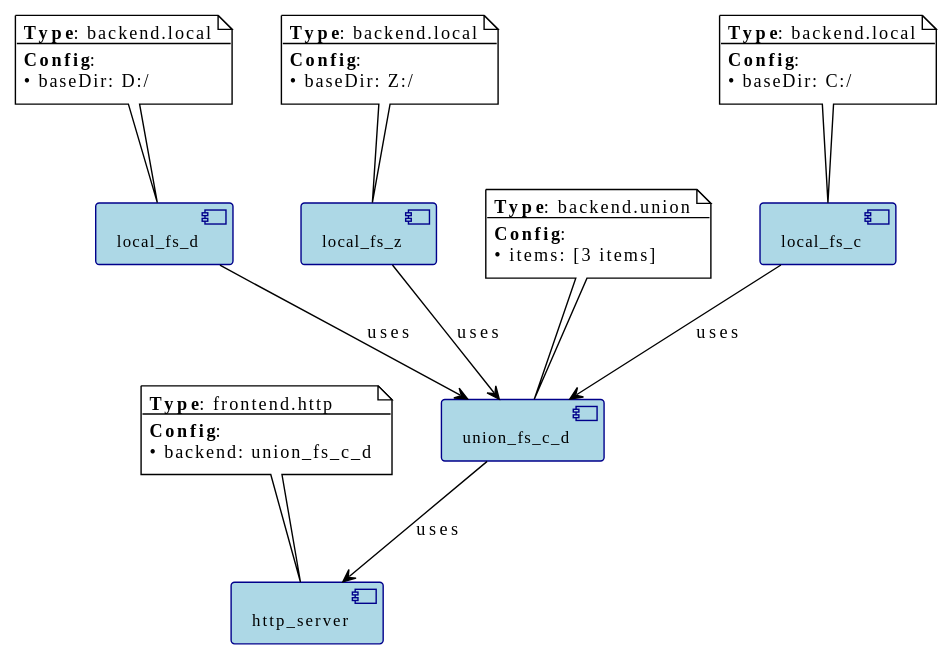
This is bin/component_diagram.svg from zhangzqs/vfs_framework, a PlantUML export, as it was before one commit.
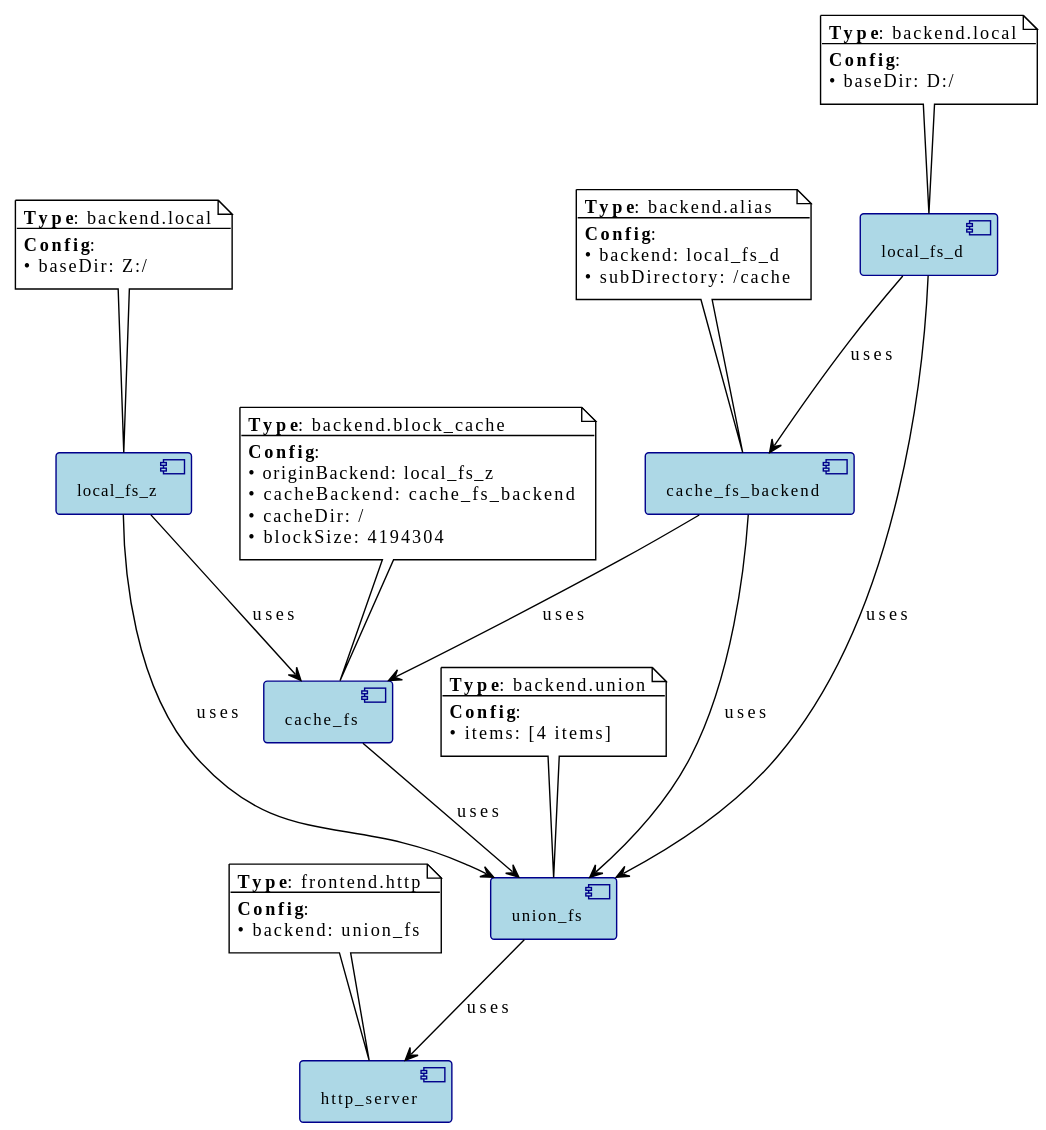
After the change.

Diff of the diagram source:
```diff
@@ -8,20 +8,21 @@
 skinparam componentFontSize 12
 skinparam componentStyle uml2
 
-component [local_fs_c] as local_fs_c
-note top of local_fs_c
-  **Type**: backend.local
-  --
-  **Config**:
-  • baseDir: C:/
-end note
-
 component [local_fs_d] as local_fs_d
 note top of local_fs_d
   **Type**: backend.local
   --
   **Config**:
   • baseDir: D:/
+end note
+
+component [cache_fs_backend] as cache_fs_backend
+note top of cache_fs_backend
+  **Type**: backend.alias
+  --
+  **Config**:
+  • backend: local_fs_d
+  • subDirectory: /cache
 end note
 
 component [local_fs_z] as local_fs_z
@@ -32,12 +33,23 @@
   • baseDir: Z:/
 end note
 
-component [union_fs_c_d] as union_fs_c_d
-note top of union_fs_c_d
+component [cache_fs] as cache_fs
+note top of cache_fs
+  **Type**: backend.block_cache
+  --
+  **Config**:
+  • originBackend: local_fs_z
+  • cacheBackend: cache_fs_backend
+  • cacheDir: /
+  • blockSize: 4194304
+end note
+
+component [union_fs] as union_fs
+note top of union_fs
   **Type**: backend.union
   --
   **Config**:
-  • items: [3 items]
+  • items: [4 items]
 end note
 
 component [http_server] as http_server
@@ -45,11 +57,15 @@
   **Type**: frontend.http
   --
   **Config**:
-  • backend: union_fs_c_d
+  • backend: union_fs
 end note
 
-local_fs_c --> union_fs_c_d : uses
-local_fs_d --> union_fs_c_d : uses
-local_fs_z --> union_fs_c_d : uses
-union_fs_c_d --> http_server : uses
+local_fs_d --> cache_fs_backend : uses
+local_fs_z --> cache_fs : uses
+cache_fs_backend --> cache_fs : uses
+local_fs_d --> union_fs : uses
+local_fs_z --> union_fs : uses
+cache_fs_backend --> union_fs : uses
+cache_fs --> union_fs : uses
+union_fs --> http_server : uses
 @enduml
```
